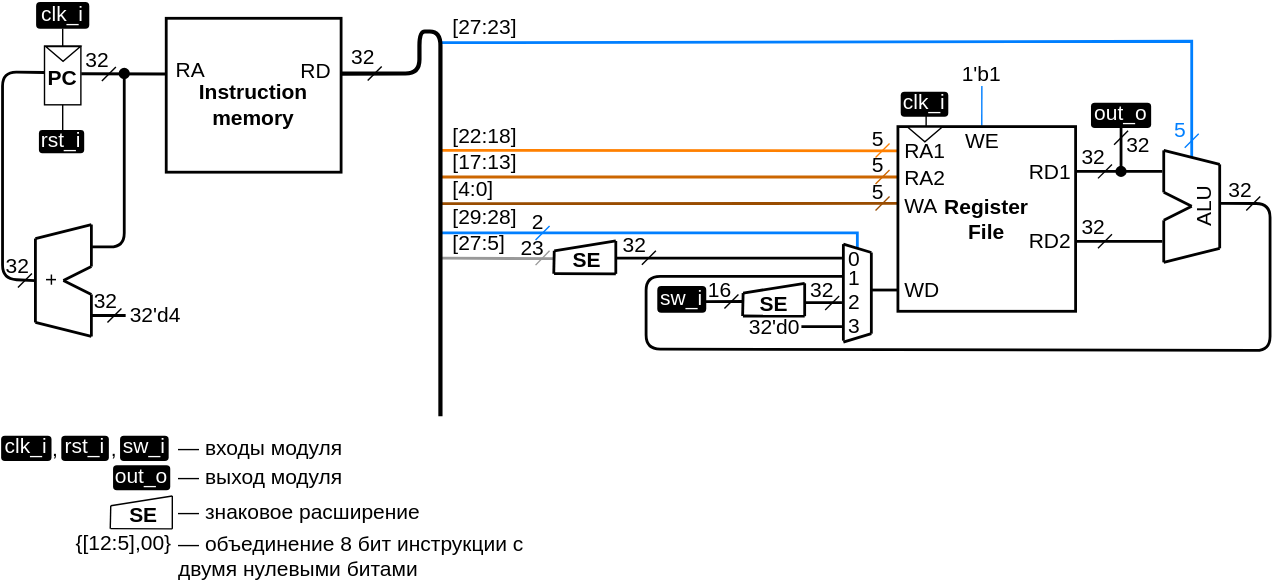
The draw.io diagram .pic/Labs/lab_04_cybercobra/ppd_3.drawio.svg in MPSU/APS, before a commit. Source tidied: cells renumbered, new cells last; positions are measured from the earlier drawing's top-left corner, leaving out a move shared by most shapes.
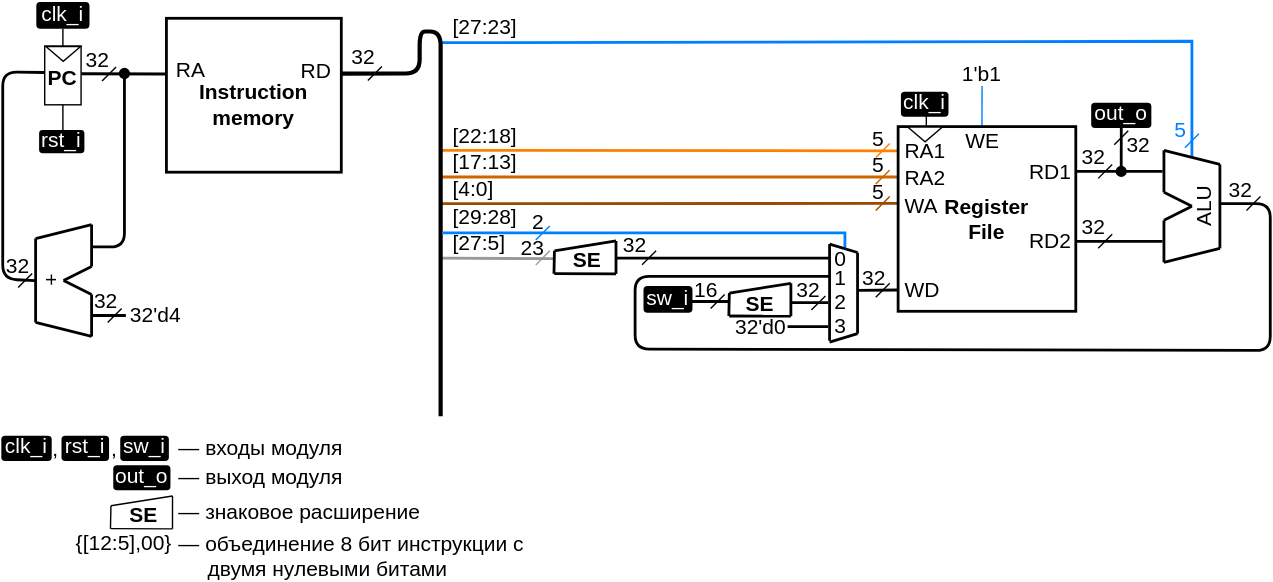
After the change.

The edit, as a diff of the source:
```diff
@@ -10,11 +10,2 @@
     </mxCell>
-    <mxCell id="3" style="endArrow=none;html=1;rounded=0;strokeColor=#007FFF;fontSize=15;fontColor=#000000;startSize=6;endSize=6;comic=0;jiggle=0.5;strokeWidth=2;" parent="1" edge="1">
-      <mxGeometry relative="1" as="geometry">
-        <mxPoint x="315" y="165" as="sourcePoint" />
-        <mxPoint x="612" y="176" as="targetPoint" />
-        <Array as="points">
-          <mxPoint x="612" y="165" />
-        </Array>
-      </mxGeometry>
-    </mxCell>
     <mxCell id="4" style="endArrow=none;html=1;rounded=0;comic=0;strokeColor=#FF8000;fontSize=15;fontColor=#000000;startSize=6;endSize=6;jiggle=0.5;entryX=0.001;entryY=0.154;entryDx=0;entryDy=0;entryPerimeter=0;strokeWidth=2;" parent="1" edge="1">
@@ -97,8 +88,2 @@
     </mxCell>
-    <mxCell id="22" style="endArrow=none;html=1;rounded=0;comic=0;strokeColor=#000000;fontSize=15;fontColor=#000000;startSize=6;endSize=6;jiggle=0.5;strokeWidth=2;" parent="1" edge="1">
-      <mxGeometry relative="1" as="geometry">
-        <mxPoint x="622" y="205.8" as="sourcePoint" />
-        <mxPoint x="641" y="205.8" as="targetPoint" />
-      </mxGeometry>
-    </mxCell>
     <mxCell id="23" value="32'd4" style="text;html=1;strokeColor=none;fillColor=none;align=center;verticalAlign=middle;whiteSpace=wrap;rounded=0;fontSize=15;fontColor=#000000;comic=0;jiggle=0.5;" parent="1" vertex="1">
@@ -159,13 +144,2 @@
     </mxCell>
-    <mxCell id="32" style="endArrow=none;html=1;rounded=1;comic=0;strokeColor=#000000;fontSize=15;fontColor=#000000;startSize=6;endSize=6;jiggle=0.5;strokeWidth=2;entryX=0.535;entryY=0.913;entryDx=0;entryDy=0;entryPerimeter=0;" parent="1" edge="1" target="8">
-      <mxGeometry relative="1" as="geometry">
-        <mxPoint x="602" y="196" as="sourcePoint" />
-        <Array as="points">
-          <mxPoint x="461" y="196" />
-          <mxPoint x="461" y="248" />
-          <mxPoint x="907" y="249" />
-          <mxPoint x="907" y="144" />
-        </Array>
-      </mxGeometry>
-    </mxCell>
     <mxCell id="33" style="endArrow=none;html=1;rounded=0;comic=0;jiggle=0.5;fontSize=15;" parent="1" edge="1">
@@ -269,38 +243,2 @@
     </mxCell>
-    <mxCell id="54" value="2" style="text;html=1;strokeColor=none;fillColor=none;align=center;verticalAlign=middle;whiteSpace=wrap;rounded=0;fontSize=15;fontColor=#000000;comic=0;jiggle=0.5;" parent="1" vertex="1">
-      <mxGeometry x="605" y="209" width="10" height="10" as="geometry" />
-    </mxCell>
-    <mxCell id="55" value="1" style="text;html=1;strokeColor=none;fillColor=none;align=center;verticalAlign=middle;whiteSpace=wrap;rounded=0;fontSize=15;fontColor=#000000;comic=0;jiggle=0.5;" parent="1" vertex="1">
-      <mxGeometry x="605" y="192" width="10" height="10" as="geometry" />
-    </mxCell>
-    <mxCell id="56" style="endArrow=none;html=1;rounded=0;strokeColor=#000000;fontSize=15;fontColor=#000000;startSize=6;endSize=6;comic=0;jiggle=0.5;strokeWidth=2;" parent="1" edge="1">
-      <mxGeometry relative="1" as="geometry">
-        <mxPoint x="440" y="183" as="sourcePoint" />
-        <mxPoint x="601" y="183" as="targetPoint" />
-      </mxGeometry>
-    </mxCell>
-    <mxCell id="57" style="endArrow=none;html=1;rounded=0;strokeColor=#000000;fontSize=15;fontColor=#B3B3B3;startSize=6;endSize=6;comic=0;jiggle=0.5;strokeWidth=2;" parent="1" edge="1">
-      <mxGeometry relative="1" as="geometry">
-        <mxPoint x="602" y="243" as="sourcePoint" />
-        <mxPoint x="622" y="237" as="targetPoint" />
-      </mxGeometry>
-    </mxCell>
-    <mxCell id="58" style="endArrow=none;html=1;rounded=0;strokeColor=#000000;fontSize=15;fontColor=#B3B3B3;startSize=6;endSize=6;comic=0;jiggle=0.5;strokeWidth=2;" parent="1" edge="1">
-      <mxGeometry relative="1" as="geometry">
-        <mxPoint x="602" y="173" as="sourcePoint" />
-        <mxPoint x="622" y="179" as="targetPoint" />
-      </mxGeometry>
-    </mxCell>
-    <mxCell id="59" style="endArrow=none;html=1;rounded=0;strokeColor=#000000;fontSize=15;fontColor=#B3B3B3;startSize=6;endSize=6;comic=0;jiggle=0.5;strokeWidth=2;" parent="1" edge="1">
-      <mxGeometry relative="1" as="geometry">
-        <mxPoint x="602" y="242" as="sourcePoint" />
-        <mxPoint x="602" y="173" as="targetPoint" />
-      </mxGeometry>
-    </mxCell>
-    <mxCell id="60" style="endArrow=none;html=1;rounded=0;strokeColor=#000000;fontSize=15;fontColor=#B3B3B3;startSize=6;endSize=6;comic=0;jiggle=0.5;strokeWidth=2;" parent="1" edge="1">
-      <mxGeometry relative="1" as="geometry">
-        <mxPoint x="622" y="237" as="sourcePoint" />
-        <mxPoint x="622" y="179" as="targetPoint" />
-      </mxGeometry>
-    </mxCell>
     <mxCell id="61" style="endArrow=none;html=1;rounded=0;strokeColor=#999999;fontSize=15;fontColor=#000000;startSize=6;endSize=6;entryX=-0.007;entryY=0.465;entryDx=0;entryDy=0;comic=0;jiggle=0.5;strokeWidth=2;entryPerimeter=0;" parent="1" edge="1" target="86">
@@ -328,69 +266,2 @@
     </mxCell>
-    <mxCell id="66" value="0" style="text;html=1;strokeColor=none;fillColor=none;align=center;verticalAlign=middle;whiteSpace=wrap;rounded=0;fontSize=15;fontColor=#000000;comic=0;jiggle=0.5;" parent="1" vertex="1">
-      <mxGeometry x="605" y="178" width="10" height="10" as="geometry" />
-    </mxCell>
-    <mxCell id="67" value="&lt;font color=&quot;#ffffff&quot; style=&quot;font-size: 15px;&quot;&gt;sw_i&lt;/font&gt;" style="text;html=1;strokeColor=none;fillColor=#000000;align=center;verticalAlign=middle;whiteSpace=wrap;rounded=1;fontSize=15;fontColor=#000000;comic=0;jiggle=0.5;spacingBottom=4;" parent="1" vertex="1">
-      <mxGeometry x="469" y="203" width="35" height="19" as="geometry" />
-    </mxCell>
-    <mxCell id="68" style="group;comic=0;fontSize=15;" parent="1" vertex="1">
-      <mxGeometry x="468" y="206" width="58" height="25.2" as="geometry" />
-    </mxCell>
-    <mxCell id="69" style="group;fontSize=15;spacingBottom=1;" parent="68" vertex="1">
-      <mxGeometry x="62" y="-5" width="44.4" height="23.5" as="geometry" />
-    </mxCell>
-    <mxCell id="70" style="endArrow=none;html=1;rounded=0;comic=0;strokeColor=#000000;fontSize=15;fontColor=#B3B3B3;startSize=6;endSize=6;jiggle=0.5;exitX=0.076;exitY=0.995;exitDx=0;exitDy=0;exitPerimeter=0;strokeWidth=2;" parent="69" edge="1">
-      <mxGeometry relative="1" as="geometry">
-        <mxPoint y="23.4" as="sourcePoint" />
-        <mxPoint x="0.4" y="7" as="targetPoint" />
-      </mxGeometry>
-    </mxCell>
-    <mxCell id="71" style="endArrow=none;html=1;rounded=0;comic=0;strokeColor=#000000;fontSize=15;fontColor=#B3B3B3;startSize=6;endSize=6;jiggle=0.5;entryX=1;entryY=0;entryDx=0;entryDy=0;strokeWidth=2;" parent="69" edge="1">
-      <mxGeometry relative="1" as="geometry">
-        <mxPoint x="0.4" y="7" as="sourcePoint" />
-        <mxPoint x="44.4" as="targetPoint" />
-      </mxGeometry>
-    </mxCell>
-    <mxCell id="72" style="endArrow=none;html=1;rounded=0;comic=0;strokeColor=#000000;fontSize=15;fontColor=#B3B3B3;startSize=6;endSize=6;jiggle=0.5;entryX=1;entryY=1;entryDx=0;entryDy=0;exitX=0.081;exitY=0.995;exitDx=0;exitDy=0;exitPerimeter=0;strokeWidth=2;" parent="69" edge="1">
-      <mxGeometry relative="1" as="geometry">
-        <mxPoint x="0.2" y="23.4" as="sourcePoint" />
-        <mxPoint x="44.4" y="23.5" as="targetPoint" />
-      </mxGeometry>
-    </mxCell>
-    <mxCell id="73" style="endArrow=none;html=1;rounded=0;comic=0;strokeColor=#000000;fontSize=15;fontColor=#B3B3B3;startSize=6;endSize=6;jiggle=0.5;entryX=1;entryY=0;entryDx=0;entryDy=0;strokeWidth=2;" parent="69" edge="1">
-      <mxGeometry relative="1" as="geometry">
-        <mxPoint x="44.4" y="23.5" as="sourcePoint" />
-        <mxPoint x="44.4" as="targetPoint" />
-      </mxGeometry>
-    </mxCell>
-    <mxCell id="74" style="edgeStyle=orthogonalEdgeStyle;rounded=0;jettySize=auto;html=1;exitX=1;exitY=0.5;exitDx=0;exitDy=0;endArrow=none;endFill=0;fontSize=15;strokeWidth=2;" parent="69" edge="1" source="75">
-      <mxGeometry relative="1" as="geometry">
-        <mxPoint x="71" y="14" as="targetPoint" />
-      </mxGeometry>
-    </mxCell>
-    <mxCell id="75" value="&lt;font style=&quot;font-size: 15px;&quot;&gt;&lt;b style=&quot;font-size: 15px;&quot;&gt;SE&lt;/b&gt;&lt;/font&gt;" style="text;html=1;strokeColor=none;fillColor=none;align=center;verticalAlign=bottom;whiteSpace=wrap;rounded=0;fontSize=15;fontColor=#000000;comic=0;jiggle=0.5;spacing=0;strokeWidth=2;" parent="69" vertex="1">
-      <mxGeometry x="1" y="4" width="43" height="19.5" as="geometry" />
-    </mxCell>
-    <mxCell id="76" style="endArrow=none;html=1;rounded=0;comic=0;jiggle=0.5;fontSize=15;" parent="1" edge="1">
-      <mxGeometry relative="1" as="geometry">
-        <mxPoint x="589" y="220" as="sourcePoint" />
-        <mxPoint x="599" y="210" as="targetPoint" />
-      </mxGeometry>
-    </mxCell>
-    <mxCell id="77" value="32" style="text;html=1;strokeColor=none;fillColor=none;align=center;verticalAlign=middle;whiteSpace=wrap;rounded=0;fontSize=15;fontColor=#000000;comic=0;jiggle=0.5;" parent="1" vertex="1">
-      <mxGeometry x="582" y="200" width="10" height="10" as="geometry" />
-    </mxCell>
-    <mxCell id="78" style="endArrow=none;html=1;rounded=0;exitX=0.969;exitY=0.581;exitDx=0;exitDy=0;exitPerimeter=0;strokeWidth=2;fontSize=15;" parent="1" edge="1" source="67">
-      <mxGeometry relative="1" as="geometry">
-        <mxPoint x="530" y="214" as="targetPoint" />
-      </mxGeometry>
-    </mxCell>
-    <mxCell id="79" style="endArrow=none;html=1;rounded=0;comic=0;jiggle=0.5;fontSize=15;" parent="1" edge="1">
-      <mxGeometry relative="1" as="geometry">
-        <mxPoint x="517" y="219" as="sourcePoint" />
-        <mxPoint x="527" y="209" as="targetPoint" />
-      </mxGeometry>
-    </mxCell>
-    <mxCell id="80" value="16" style="text;html=1;strokeColor=none;fillColor=none;align=center;verticalAlign=middle;whiteSpace=wrap;rounded=0;fontSize=15;fontColor=#000000;comic=0;jiggle=0.5;" parent="1" vertex="1">
-      <mxGeometry x="509" y="200" width="10" height="10" as="geometry" />
-    </mxCell>
     <mxCell id="81" style="group;fontSize=15;" parent="1" vertex="1">
@@ -488,11 +359,2 @@
     </mxCell>
-    <mxCell id="104" style="edgeStyle=orthogonalEdgeStyle;rounded=0;orthogonalLoop=1;jettySize=auto;html=1;exitX=0;exitY=0.5;exitDx=0;exitDy=0;endArrow=none;endFill=0;strokeWidth=2;fontSize=15;" parent="1" edge="1">
-      <mxGeometry relative="1" as="geometry">
-        <mxPoint x="601" y="232" as="sourcePoint" />
-        <mxPoint x="573" y="231" as="targetPoint" />
-      </mxGeometry>
-    </mxCell>
-    <mxCell id="105" value="3" style="text;html=1;strokeColor=none;fillColor=none;align=center;verticalAlign=middle;whiteSpace=wrap;rounded=0;fontSize=15;fontColor=#000000;comic=0;jiggle=0.5;" parent="1" vertex="1">
-      <mxGeometry x="605" y="226" width="10" height="10" as="geometry" />
-    </mxCell>
     <mxCell id="106" value="2" style="text;html=1;strokeColor=none;fillColor=none;align=center;verticalAlign=middle;whiteSpace=wrap;rounded=0;fontSize=15;fontColor=#000000;comic=0;jiggle=0.5;" parent="1" vertex="1">
@@ -500,5 +362,2 @@
     </mxCell>
-    <mxCell id="107" value="32'd0" style="text;html=1;strokeColor=none;fillColor=none;align=center;verticalAlign=middle;whiteSpace=wrap;rounded=0;fontSize=15;fontColor=#000000;comic=0;jiggle=0.5;" parent="1" vertex="1">
-      <mxGeometry x="539" y="227" width="28" height="10" as="geometry" />
-    </mxCell>
     <mxCell id="108" style="edgeStyle=orthogonalEdgeStyle;rounded=0;jettySize=auto;html=1;exitX=0.5;exitY=1;exitDx=0;exitDy=0;endArrow=oval;endFill=1;fontSize=15;strokeWidth=2;" parent="1" edge="1" source="109">
@@ -660,2 +519,150 @@
     </mxCell>
+    <mxCell id="144" style="endArrow=none;html=1;rounded=0;strokeColor=#007FFF;fontSize=15;fontColor=#000000;startSize=6;endSize=6;comic=0;jiggle=0.5;strokeWidth=2;entryX=0.797;entryY=-0.241;entryDx=0;entryDy=0;entryPerimeter=0;" parent="1" edge="1" target="66">
+      <mxGeometry relative="1" as="geometry">
+        <mxPoint x="315" y="165" as="sourcePoint" />
+        <Array as="points">
+          <mxPoint x="603" y="165" />
+        </Array>
+      </mxGeometry>
+    </mxCell>
+    <mxCell id="145" style="endArrow=none;html=1;rounded=0;comic=0;strokeColor=#000000;fontSize=15;fontColor=#000000;startSize=6;endSize=6;jiggle=0.5;strokeWidth=2;" parent="1" edge="1">
+      <mxGeometry relative="1" as="geometry">
+        <mxPoint x="612" y="206" as="sourcePoint" />
+        <mxPoint x="641" y="205.8" as="targetPoint" />
+      </mxGeometry>
+    </mxCell>
+    <mxCell id="146" style="endArrow=none;html=1;rounded=1;comic=0;strokeColor=#000000;fontSize=15;fontColor=#000000;startSize=6;endSize=6;jiggle=0.5;strokeWidth=2;entryX=0.535;entryY=0.913;entryDx=0;entryDy=0;entryPerimeter=0;" parent="1" edge="1">
+      <mxGeometry relative="1" as="geometry">
+        <mxPoint x="592" y="196" as="sourcePoint" />
+        <mxPoint x="871" y="144" as="targetPoint" />
+        <Array as="points">
+          <mxPoint x="453" y="196" />
+          <mxPoint x="453" y="248" />
+          <mxPoint x="907" y="249" />
+          <mxPoint x="907" y="144" />
+        </Array>
+      </mxGeometry>
+    </mxCell>
+    <mxCell id="54" value="2" style="text;html=1;strokeColor=none;fillColor=none;align=center;verticalAlign=middle;whiteSpace=wrap;rounded=0;fontSize=15;fontColor=#000000;comic=0;jiggle=0.5;" parent="1" vertex="1">
+      <mxGeometry x="595" y="209" width="10" height="10" as="geometry" />
+    </mxCell>
+    <mxCell id="55" value="1" style="text;html=1;strokeColor=none;fillColor=none;align=center;verticalAlign=middle;whiteSpace=wrap;rounded=0;fontSize=15;fontColor=#000000;comic=0;jiggle=0.5;" parent="1" vertex="1">
+      <mxGeometry x="595" y="192" width="10" height="10" as="geometry" />
+    </mxCell>
+    <mxCell id="147" style="endArrow=none;html=1;rounded=0;strokeColor=#000000;fontSize=15;fontColor=#000000;startSize=6;endSize=6;comic=0;jiggle=0.5;strokeWidth=2;" parent="1" edge="1">
+      <mxGeometry relative="1" as="geometry">
+        <mxPoint x="440" y="183" as="sourcePoint" />
+        <mxPoint x="592" y="183" as="targetPoint" />
+      </mxGeometry>
+    </mxCell>
+    <mxCell id="148" style="endArrow=none;html=1;rounded=0;strokeColor=#000000;fontSize=15;fontColor=#B3B3B3;startSize=6;endSize=6;comic=0;jiggle=0.5;strokeWidth=2;" parent="1" edge="1">
+      <mxGeometry relative="1" as="geometry">
+        <mxPoint x="592" y="243" as="sourcePoint" />
+        <mxPoint x="612" y="237" as="targetPoint" />
+      </mxGeometry>
+    </mxCell>
+    <mxCell id="149" style="endArrow=none;html=1;rounded=0;strokeColor=#000000;fontSize=15;fontColor=#B3B3B3;startSize=6;endSize=6;comic=0;jiggle=0.5;strokeWidth=2;" parent="1" edge="1">
+      <mxGeometry relative="1" as="geometry">
+        <mxPoint x="592" y="173" as="sourcePoint" />
+        <mxPoint x="612" y="179" as="targetPoint" />
+      </mxGeometry>
+    </mxCell>
+    <mxCell id="150" style="endArrow=none;html=1;rounded=0;strokeColor=#000000;fontSize=15;fontColor=#B3B3B3;startSize=6;endSize=6;comic=0;jiggle=0.5;strokeWidth=2;" parent="1" edge="1">
+      <mxGeometry relative="1" as="geometry">
+        <mxPoint x="592" y="242" as="sourcePoint" />
+        <mxPoint x="592" y="173" as="targetPoint" />
+      </mxGeometry>
+    </mxCell>
+    <mxCell id="151" style="endArrow=none;html=1;rounded=0;strokeColor=#000000;fontSize=15;fontColor=#B3B3B3;startSize=6;endSize=6;comic=0;jiggle=0.5;strokeWidth=2;" parent="1" edge="1">
+      <mxGeometry relative="1" as="geometry">
+        <mxPoint x="612" y="237" as="sourcePoint" />
+        <mxPoint x="612" y="179" as="targetPoint" />
+      </mxGeometry>
+    </mxCell>
+    <mxCell id="66" value="0" style="text;html=1;strokeColor=none;fillColor=none;align=center;verticalAlign=middle;whiteSpace=wrap;rounded=0;fontSize=15;fontColor=#000000;comic=0;jiggle=0.5;" parent="1" vertex="1">
+      <mxGeometry x="595" y="178" width="10" height="10" as="geometry" />
+    </mxCell>
+    <mxCell id="152" style="group;fontSize=15;spacingBottom=1;" parent="1" vertex="1">
+      <mxGeometry x="520" y="201" width="44.4" height="23.5" as="geometry" />
+    </mxCell>
+    <mxCell id="153" style="endArrow=none;html=1;rounded=0;comic=0;strokeColor=#000000;fontSize=15;fontColor=#B3B3B3;startSize=6;endSize=6;jiggle=0.5;exitX=0.076;exitY=0.995;exitDx=0;exitDy=0;exitPerimeter=0;strokeWidth=2;" parent="152" edge="1">
+      <mxGeometry relative="1" as="geometry">
+        <mxPoint y="23.4" as="sourcePoint" />
+        <mxPoint x="0.4" y="7" as="targetPoint" />
+      </mxGeometry>
+    </mxCell>
+    <mxCell id="154" style="endArrow=none;html=1;rounded=0;comic=0;strokeColor=#000000;fontSize=15;fontColor=#B3B3B3;startSize=6;endSize=6;jiggle=0.5;entryX=1;entryY=0;entryDx=0;entryDy=0;strokeWidth=2;" parent="152" edge="1">
+      <mxGeometry relative="1" as="geometry">
+        <mxPoint x="0.4" y="7" as="sourcePoint" />
+        <mxPoint x="44.4" as="targetPoint" />
+      </mxGeometry>
+    </mxCell>
+    <mxCell id="155" style="endArrow=none;html=1;rounded=0;comic=0;strokeColor=#000000;fontSize=15;fontColor=#B3B3B3;startSize=6;endSize=6;jiggle=0.5;entryX=1;entryY=1;entryDx=0;entryDy=0;exitX=0.081;exitY=0.995;exitDx=0;exitDy=0;exitPerimeter=0;strokeWidth=2;" parent="152" edge="1">
+      <mxGeometry relative="1" as="geometry">
+        <mxPoint x="0.2" y="23.4" as="sourcePoint" />
+        <mxPoint x="44.4" y="23.5" as="targetPoint" />
+      </mxGeometry>
+    </mxCell>
+    <mxCell id="156" style="endArrow=none;html=1;rounded=0;comic=0;strokeColor=#000000;fontSize=15;fontColor=#B3B3B3;startSize=6;endSize=6;jiggle=0.5;entryX=1;entryY=0;entryDx=0;entryDy=0;strokeWidth=2;" parent="152" edge="1">
+      <mxGeometry relative="1" as="geometry">
+        <mxPoint x="44.4" y="23.5" as="sourcePoint" />
+        <mxPoint x="44.4" as="targetPoint" />
+      </mxGeometry>
+    </mxCell>
+    <mxCell id="157" style="edgeStyle=orthogonalEdgeStyle;rounded=0;jettySize=auto;html=1;exitX=1;exitY=0.5;exitDx=0;exitDy=0;endArrow=none;endFill=0;fontSize=15;strokeWidth=2;" parent="152" edge="1" source="75">
+      <mxGeometry relative="1" as="geometry">
+        <mxPoint x="71" y="14" as="targetPoint" />
+      </mxGeometry>
+    </mxCell>
+    <mxCell id="75" value="&lt;font style=&quot;font-size: 15px;&quot;&gt;&lt;b style=&quot;font-size: 15px;&quot;&gt;SE&lt;/b&gt;&lt;/font&gt;" style="text;html=1;strokeColor=none;fillColor=none;align=center;verticalAlign=bottom;whiteSpace=wrap;rounded=0;fontSize=15;fontColor=#000000;comic=0;jiggle=0.5;spacing=0;strokeWidth=2;" parent="152" vertex="1">
+      <mxGeometry x="1" y="4" width="43" height="19.5" as="geometry" />
+    </mxCell>
+    <mxCell id="158" style="endArrow=none;html=1;rounded=0;comic=0;jiggle=0.5;fontSize=15;" parent="1" edge="1">
+      <mxGeometry relative="1" as="geometry">
+        <mxPoint x="579" y="220" as="sourcePoint" />
+        <mxPoint x="589" y="210" as="targetPoint" />
+      </mxGeometry>
+    </mxCell>
+    <mxCell id="159" value="32" style="text;html=1;strokeColor=none;fillColor=none;align=center;verticalAlign=middle;whiteSpace=wrap;rounded=0;fontSize=15;fontColor=#000000;comic=0;jiggle=0.5;" parent="1" vertex="1">
+      <mxGeometry x="572" y="200" width="10" height="10" as="geometry" />
+    </mxCell>
+    <mxCell id="160" style="endArrow=none;html=1;rounded=0;exitX=0.969;exitY=0.581;exitDx=0;exitDy=0;exitPerimeter=0;strokeWidth=2;fontSize=15;" parent="1" edge="1">
+      <mxGeometry relative="1" as="geometry">
+        <mxPoint x="493" y="214" as="sourcePoint" />
+        <mxPoint x="520" y="214" as="targetPoint" />
+      </mxGeometry>
+    </mxCell>
+    <mxCell id="161" style="endArrow=none;html=1;rounded=0;comic=0;jiggle=0.5;fontSize=15;" parent="1" edge="1">
+      <mxGeometry relative="1" as="geometry">
+        <mxPoint x="507" y="219" as="sourcePoint" />
+        <mxPoint x="517" y="209" as="targetPoint" />
+      </mxGeometry>
+    </mxCell>
+    <mxCell id="80" value="16" style="text;html=1;strokeColor=none;fillColor=none;align=center;verticalAlign=middle;whiteSpace=wrap;rounded=0;fontSize=15;fontColor=#000000;comic=0;jiggle=0.5;" parent="1" vertex="1">
+      <mxGeometry x="499" y="200" width="10" height="10" as="geometry" />
+    </mxCell>
+    <mxCell id="162" style="edgeStyle=orthogonalEdgeStyle;rounded=0;orthogonalLoop=1;jettySize=auto;html=1;exitX=0;exitY=0.5;exitDx=0;exitDy=0;endArrow=none;endFill=0;strokeWidth=2;fontSize=15;" parent="1" edge="1">
+      <mxGeometry relative="1" as="geometry">
+        <mxPoint x="591" y="232" as="sourcePoint" />
+        <mxPoint x="563" y="231" as="targetPoint" />
+      </mxGeometry>
+    </mxCell>
+    <mxCell id="105" value="3" style="text;html=1;strokeColor=none;fillColor=none;align=center;verticalAlign=middle;whiteSpace=wrap;rounded=0;fontSize=15;fontColor=#000000;comic=0;jiggle=0.5;" parent="1" vertex="1">
+      <mxGeometry x="595" y="226" width="10" height="10" as="geometry" />
+    </mxCell>
+    <mxCell id="107" value="32'd0" style="text;html=1;strokeColor=none;fillColor=none;align=center;verticalAlign=middle;whiteSpace=wrap;rounded=0;fontSize=15;fontColor=#000000;comic=0;jiggle=0.5;" parent="1" vertex="1">
+      <mxGeometry x="529" y="227" width="28" height="10" as="geometry" />
+    </mxCell>
+    <mxCell id="163" style="endArrow=none;html=1;rounded=0;comic=0;jiggle=0.5;fontSize=15;strokeColor=#000000;" parent="1" edge="1">
+      <mxGeometry relative="1" as="geometry">
+        <mxPoint x="625" y="211" as="sourcePoint" />
+        <mxPoint x="635" y="201" as="targetPoint" />
+      </mxGeometry>
+    </mxCell>
+    <mxCell id="164" value="32" style="text;html=1;strokeColor=none;fillColor=none;align=center;verticalAlign=middle;whiteSpace=wrap;rounded=0;fontSize=15;fontColor=#000000;comic=0;jiggle=0.5;" parent="1" vertex="1">
+      <mxGeometry x="619" y="192" width="10" height="10" as="geometry" />
+    </mxCell>
+    <mxCell id="67" value="&lt;font color=&quot;#ffffff&quot; style=&quot;font-size: 15px;&quot;&gt;sw_i&lt;/font&gt;" style="text;html=1;strokeColor=none;fillColor=#000000;align=center;verticalAlign=middle;whiteSpace=wrap;rounded=1;fontSize=15;fontColor=#000000;comic=0;jiggle=0.5;spacingBottom=4;" parent="1" vertex="1">
+      <mxGeometry x="459" y="203" width="35" height="19" as="geometry" />
+    </mxCell>
   </root>
```
